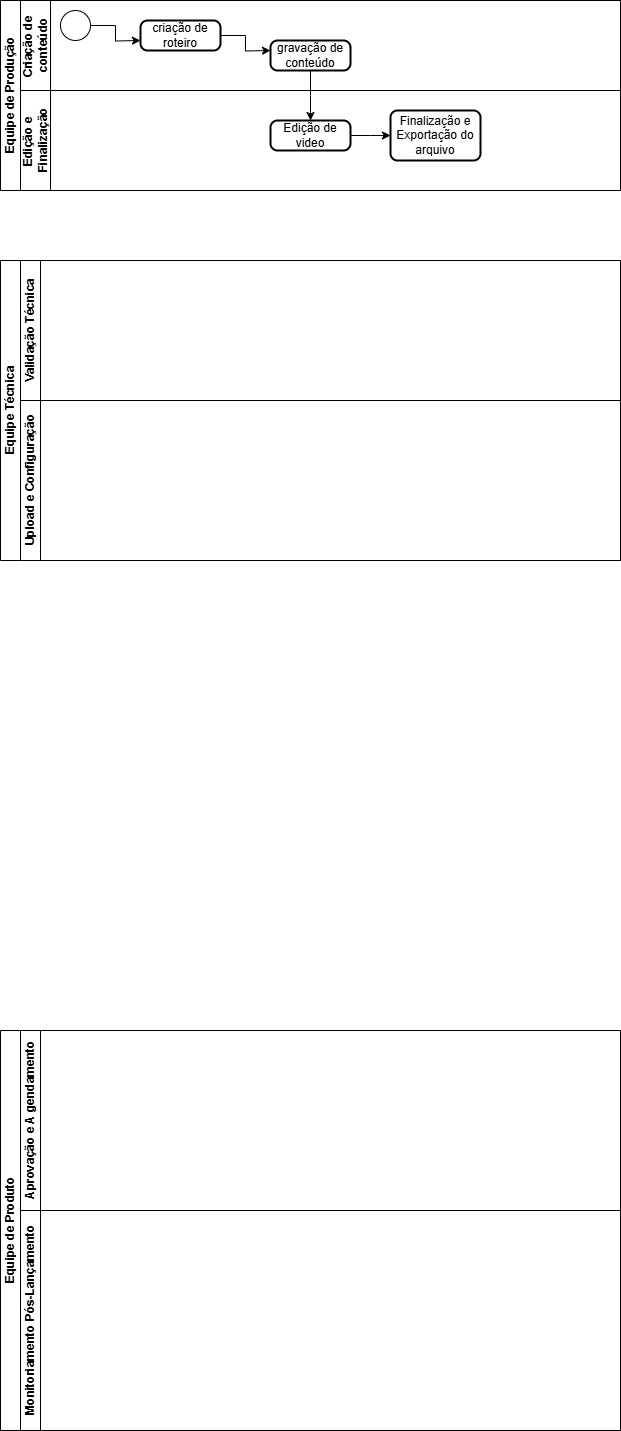
Earlier version of the draw.io export Diagrama 2.0.drawio.png (Andynlx01/fluxograma.aprensa-o). Source tidied: cells renumbered, new cells last; positions are measured from the earlier drawing's top-left corner, leaving out a move shared by most shapes.
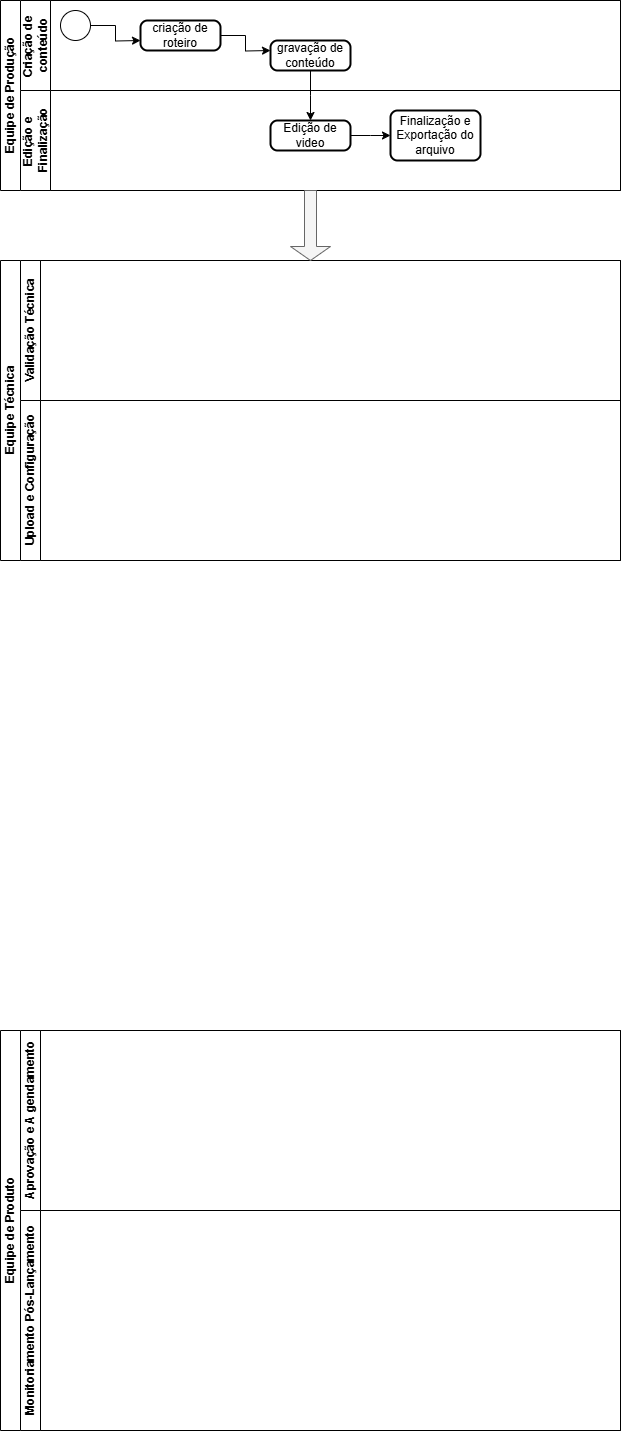
After the change.

What changed in the source:
```diff
@@ -64,5 +64,8 @@
     <mxCell id="19" value="Monitoriamento Pós-Lançamento" style="swimlane;startSize=20;horizontal=0;html=1;" parent="17" vertex="1">
       <mxGeometry x="20" y="180" width="600" height="220" as="geometry" />
     </mxCell>
+    <mxCell id="20" style="shape=singleArrow;direction=south;whiteSpace=wrap;html=1;fillColor=#f5f5f5;fontColor=#333333;strokeColor=#666666;" parent="1" vertex="1">
+      <mxGeometry x="290" y="190" width="40" height="70" as="geometry" />
+    </mxCell>
   </root>
 </mxGraphModel>
```
